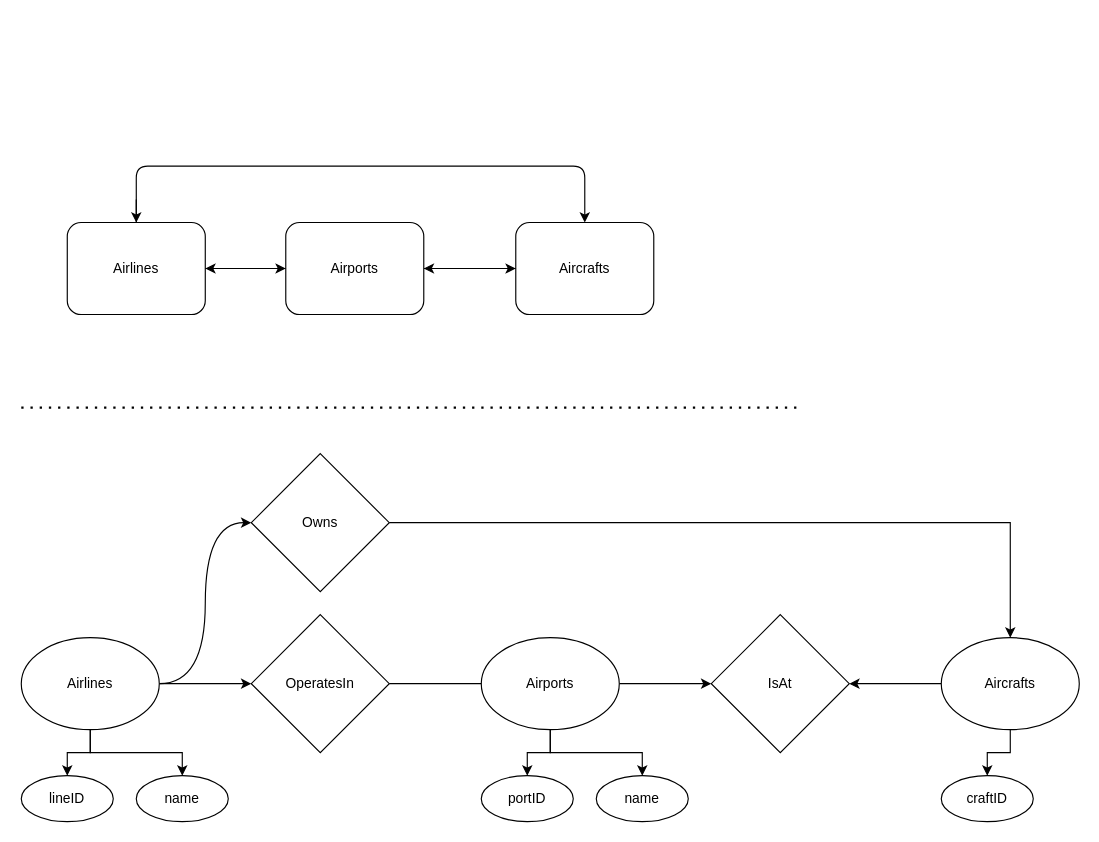
Before: page "PhysicalLayer" (3 of 7) of ERDiagram.drawio in kyle4036/DatabaseManagement2026Project1, a draw.io diagram. Source tidied: cells renumbered, new cells numbered last; positions are measured from the earlier drawing's top-left corner, leaving out a move shared by most shapes. Both pictures are drawn from the tidied source at 115%, with x=0, y=0 at pixel (21, 166).
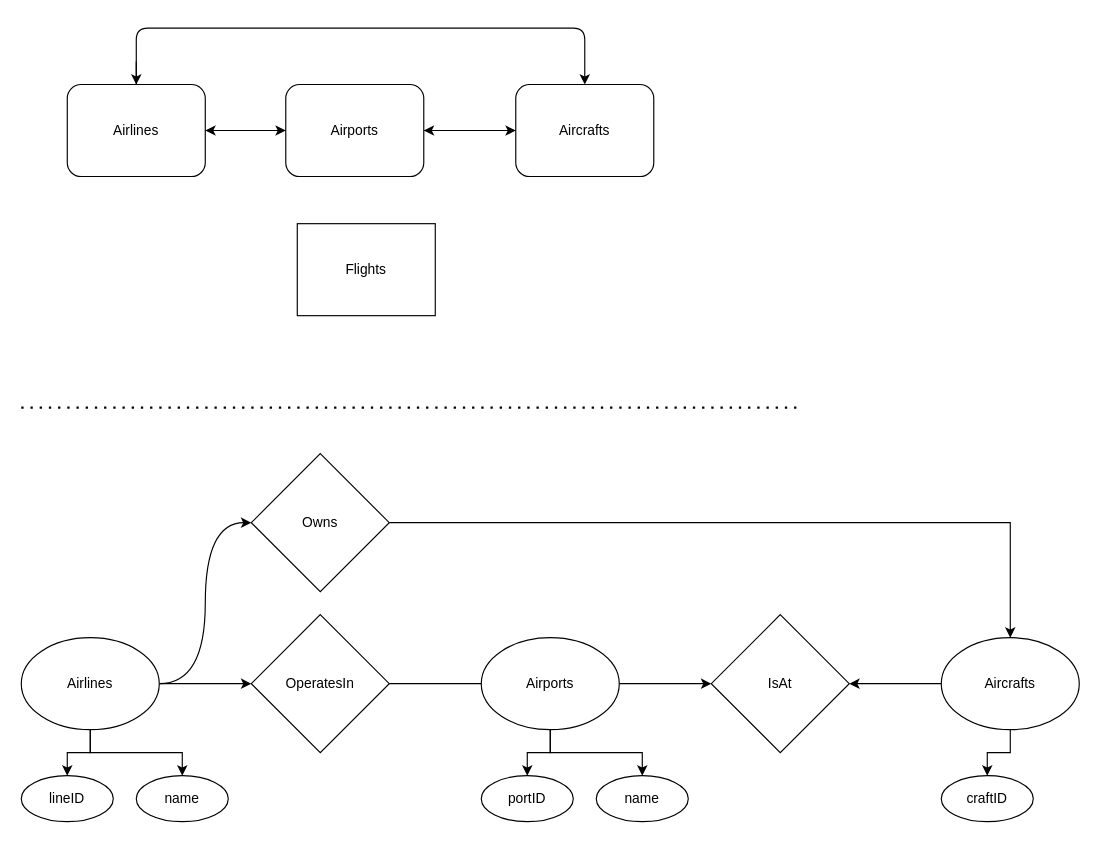
The same diagram, later.

Change to the diagram source:
```diff
@@
     <mxCell id="3" style="edgeStyle=orthogonalEdgeStyle;rounded=1;jettySize=auto;html=1;curved=0;" parent="1" edge="1" source="4" target="6">
       <mxGeometry relative="1" as="geometry">
         <Array as="points">
-          <mxPoint x="100" />
-          <mxPoint x="490" />
+          <mxPoint x="100" y="-120" />
+          <mxPoint x="490" y="-120" />
         </Array>
       </mxGeometry>
     </mxCell>
     <mxCell id="4" value="Airlines" style="whiteSpace=wrap;html=1;rounded=1;" parent="1" vertex="1">
-      <mxGeometry x="40" y="49" width="120" height="80" as="geometry" />
+      <mxGeometry x="40" y="-71" width="120" height="80" as="geometry" />
     </mxCell>
@@
     <mxCell id="6" value="Aircrafts" style="whiteSpace=wrap;html=1;rounded=1;" parent="1" vertex="1">
-      <mxGeometry x="430" y="49" width="120" height="80" as="geometry" />
+      <mxGeometry x="430" y="-71" width="120" height="80" as="geometry" />
     </mxCell>
@@
     <mxCell id="9" value="Airports" style="whiteSpace=wrap;html=1;rounded=1;" parent="1" vertex="1">
-      <mxGeometry x="230" y="49" width="120" height="80" as="geometry" />
+      <mxGeometry x="230" y="-71" width="120" height="80" as="geometry" />
     </mxCell>
     <mxCell id="10" style="endArrow=classic;html=1;rounded=0;" parent="1" edge="1" target="4">
       <mxGeometry relative="1" as="geometry">
-        <mxPoint x="100" y="29" as="sourcePoint" />
+        <mxPoint x="100" y="-91" as="sourcePoint" />
       </mxGeometry>
     </mxCell>
@@
+    <mxCell id="34" value="Flights" style="whiteSpace=wrap;html=1;" parent="1" vertex="1">
+      <mxGeometry x="240" y="50" width="120" height="80" as="geometry" />
+    </mxCell>
```
